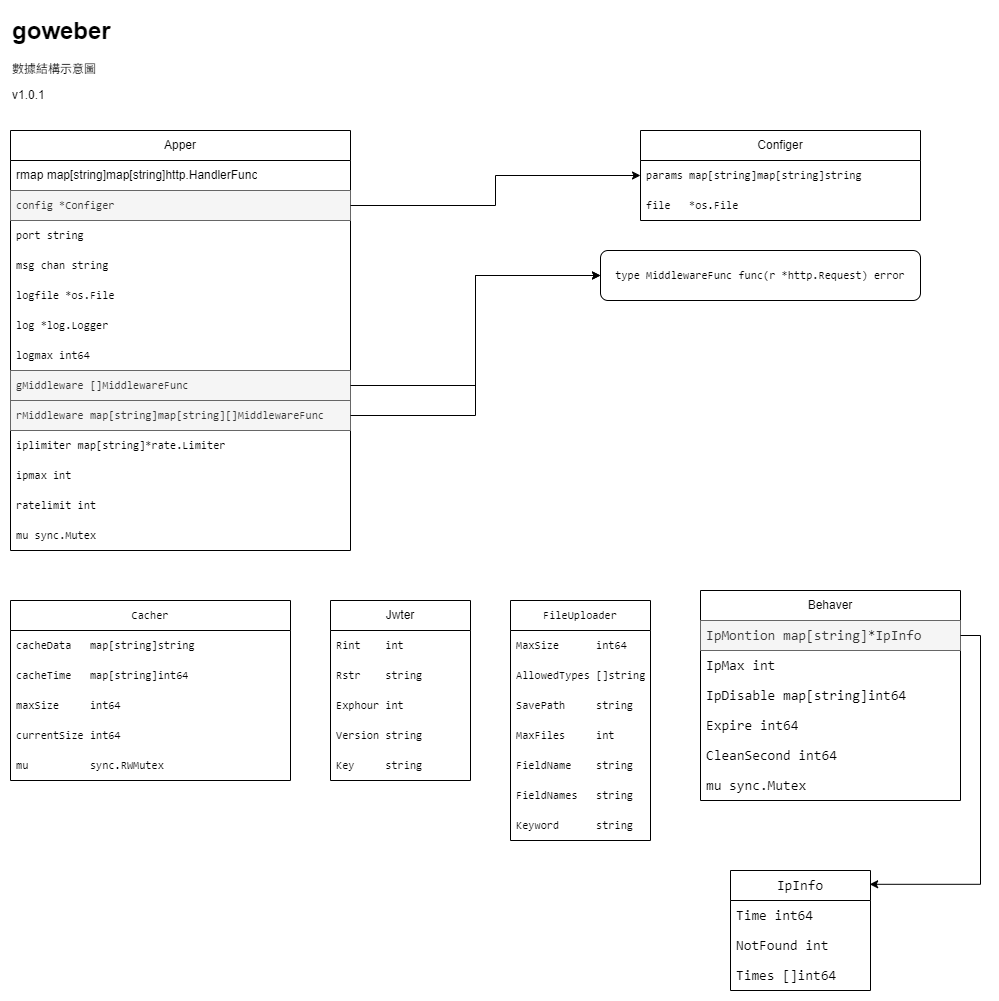
Earlier version of the draw.io export docs/structs.drawio.png (sonkwl/goweber). Source tidied: cells renumbered, new cells last; positions are measured from the earlier drawing's top-left corner, leaving out a move shared by most shapes.
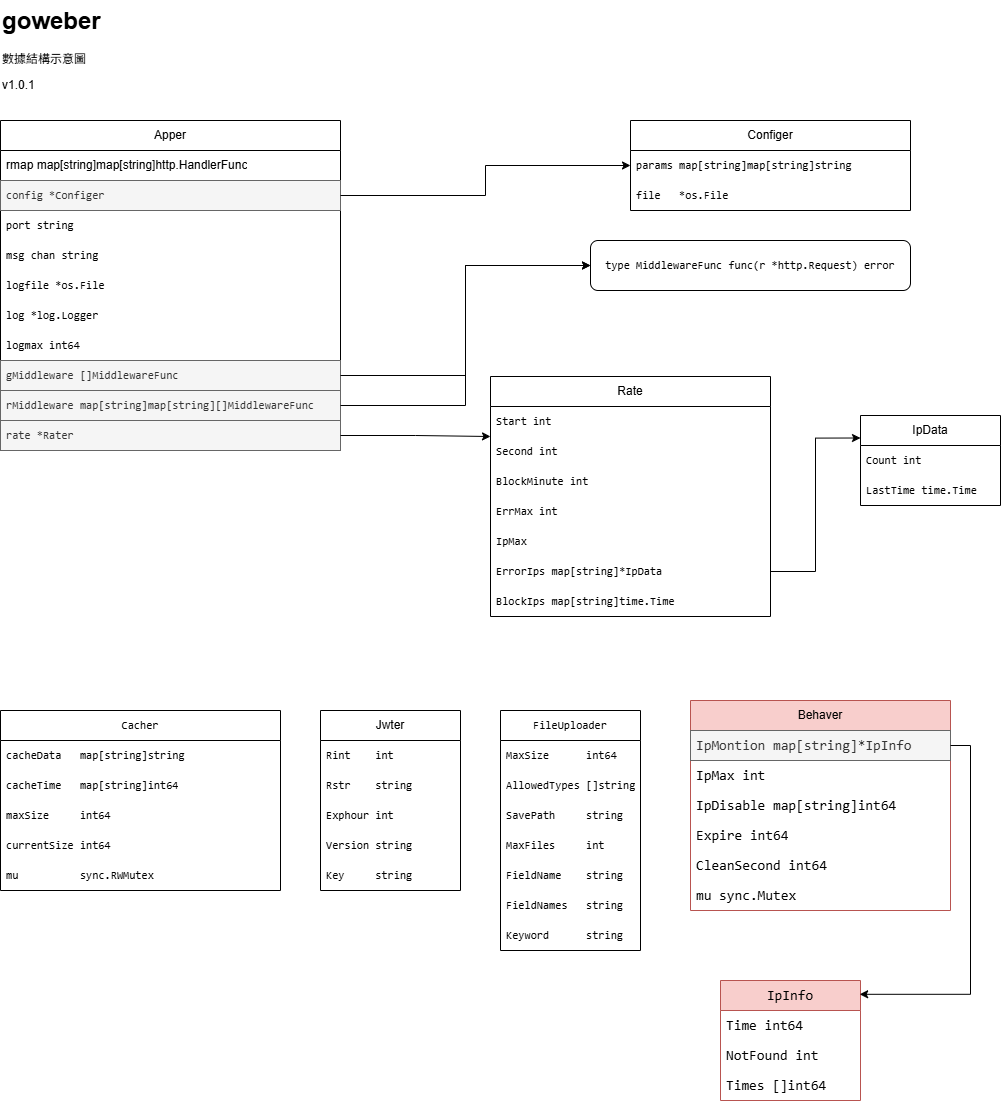
Later version of the same file.

Diff of the diagram source:
```diff
@@ -3,10 +3,10 @@
     <mxCell id="0" />
     <mxCell id="1" parent="0" />
     <mxCell id="2" value="&lt;h1 style=&quot;margin-top: 0px;&quot;&gt;goweber&lt;/h1&gt;&lt;p&gt;數據結構示意圖&lt;/p&gt;&lt;p&gt;v1.0.1&lt;/p&gt;" style="text;html=1;whiteSpace=wrap;overflow=hidden;rounded=0;" parent="1" vertex="1">
-      <mxGeometry width="180" height="120" as="geometry" />
+      <mxGeometry y="-120" width="180" height="120" as="geometry" />
     </mxCell>
     <mxCell id="3" value="Apper" style="swimlane;fontStyle=0;horizontal=1;startSize=30;whiteSpace=wrap;html=1;fontColor=default;labelBackgroundColor=none;" parent="1" vertex="1">
-      <mxGeometry y="120" width="340" height="420" as="geometry" />
+      <mxGeometry width="340" height="330" as="geometry" />
     </mxCell>
     <mxCell id="4" value="rmap map[string]map[string]http.HandlerFunc" style="text;strokeColor=none;fillColor=none;align=left;verticalAlign=middle;spacingLeft=4;spacingRight=4;overflow=hidden;whiteSpace=wrap;html=1;fontColor=default;labelBackgroundColor=none;" parent="3" vertex="1">
       <mxGeometry y="30" width="340" height="30" as="geometry" />
@@ -35,20 +35,11 @@
     <mxCell id="12" value="&lt;div style=&quot;font-family: Consolas, Consolas, &amp;quot;Courier New&amp;quot;, monospace; font-size: 11.2px; line-height: 15px; white-space: pre;&quot;&gt;rMiddleware map&lt;span style=&quot;&quot;&gt;[&lt;/span&gt;string&lt;span style=&quot;&quot;&gt;]&lt;/span&gt;map&lt;span style=&quot;&quot;&gt;[&lt;/span&gt;string&lt;span style=&quot;&quot;&gt;][]&lt;/span&gt;&lt;span style=&quot;&quot;&gt;MiddlewareFunc&lt;/span&gt;&lt;/div&gt;" style="text;strokeColor=#666666;fillColor=#f5f5f5;align=left;verticalAlign=middle;spacingLeft=4;spacingRight=4;overflow=hidden;points=[[0,0.5],[1,0.5]];portConstraint=eastwest;whiteSpace=wrap;html=1;fontColor=#333333;labelBackgroundColor=none;" parent="3" vertex="1">
       <mxGeometry y="270" width="340" height="30" as="geometry" />
     </mxCell>
-    <mxCell id="13" value="&lt;div style=&quot;font-family: Consolas, Consolas, &amp;quot;Courier New&amp;quot;, monospace; font-size: 11.2px; line-height: 15px; white-space: pre;&quot;&gt;iplimiter map&lt;span style=&quot;&quot;&gt;[&lt;/span&gt;string&lt;span style=&quot;&quot;&gt;]&lt;/span&gt;*&lt;span style=&quot;&quot;&gt;rate&lt;/span&gt;&lt;span style=&quot;&quot;&gt;.&lt;/span&gt;&lt;span style=&quot;&quot;&gt;Limiter&lt;/span&gt;&lt;/div&gt;" style="text;strokeColor=none;fillColor=none;align=left;verticalAlign=middle;spacingLeft=4;spacingRight=4;overflow=hidden;whiteSpace=wrap;html=1;fontColor=default;labelBackgroundColor=none;" parent="3" vertex="1">
-      <mxGeometry y="300" width="340" height="30" as="geometry" />
-    </mxCell>
-    <mxCell id="14" value="&lt;div style=&quot;font-family: Consolas, Consolas, &amp;quot;Courier New&amp;quot;, monospace; font-size: 11.2px; line-height: 15px; white-space: pre;&quot;&gt;ipmax int&lt;/div&gt;" style="text;strokeColor=none;fillColor=none;align=left;verticalAlign=middle;spacingLeft=4;spacingRight=4;overflow=hidden;whiteSpace=wrap;html=1;fontColor=default;labelBackgroundColor=none;" parent="3" vertex="1">
-      <mxGeometry y="330" width="340" height="30" as="geometry" />
-    </mxCell>
-    <mxCell id="15" value="&lt;div style=&quot;font-family: Consolas, Consolas, &amp;quot;Courier New&amp;quot;, monospace; font-size: 11.2px; line-height: 15px; white-space: pre;&quot;&gt;ratelimit int&lt;/div&gt;" style="text;strokeColor=none;fillColor=none;align=left;verticalAlign=middle;spacingLeft=4;spacingRight=4;overflow=hidden;whiteSpace=wrap;html=1;fontColor=default;labelBackgroundColor=none;" parent="3" vertex="1">
-      <mxGeometry y="360" width="340" height="30" as="geometry" />
-    </mxCell>
-    <mxCell id="16" value="&lt;div style=&quot;font-family: Consolas, Consolas, &amp;quot;Courier New&amp;quot;, monospace; font-size: 11.2px; line-height: 15px; white-space: pre;&quot;&gt;mu &lt;span style=&quot;&quot;&gt;sync&lt;/span&gt;&lt;span style=&quot;&quot;&gt;.&lt;/span&gt;&lt;span style=&quot;&quot;&gt;Mutex&lt;/span&gt;&lt;/div&gt;" style="text;strokeColor=none;fillColor=none;align=left;verticalAlign=middle;spacingLeft=4;spacingRight=4;overflow=hidden;whiteSpace=wrap;html=1;fontColor=default;labelBackgroundColor=none;" parent="3" vertex="1">
-      <mxGeometry y="390" width="340" height="30" as="geometry" />
-    </mxCell>
+    <mxCell id="56" value="&lt;div style=&quot;font-family: Consolas, Consolas, &amp;quot;Courier New&amp;quot;, monospace; font-size: 11.2px; line-height: 15px; white-space: pre;&quot;&gt;rate *Rater&lt;/div&gt;" style="text;strokeColor=#666666;fillColor=#f5f5f5;align=left;verticalAlign=middle;spacingLeft=4;spacingRight=4;overflow=hidden;points=[[0,0.5],[1,0.5]];portConstraint=eastwest;whiteSpace=wrap;html=1;fontColor=#333333;labelBackgroundColor=none;" parent="3" vertex="1">
+      <mxGeometry y="300" width="340" height="30" as="geometry" />
+    </mxCell>
     <mxCell id="17" value="Configer" style="swimlane;fontStyle=0;horizontal=1;startSize=30;whiteSpace=wrap;html=1;fontColor=default;labelBackgroundColor=none;" parent="1" vertex="1">
-      <mxGeometry x="630" y="120" width="280" height="90" as="geometry" />
+      <mxGeometry x="630" width="280" height="90" as="geometry" />
     </mxCell>
     <mxCell id="18" value="&lt;div style=&quot;font-family: Consolas, Consolas, &amp;quot;Courier New&amp;quot;, monospace; font-size: 11.2px; line-height: 15px; white-space: pre;&quot;&gt;params map&lt;span style=&quot;&quot;&gt;[&lt;/span&gt;string&lt;span style=&quot;&quot;&gt;]&lt;/span&gt;map&lt;span style=&quot;&quot;&gt;[&lt;/span&gt;string&lt;span style=&quot;&quot;&gt;]&lt;/span&gt;string&lt;/div&gt;" style="text;strokeColor=none;fillColor=none;align=left;verticalAlign=middle;spacingLeft=4;spacingRight=4;overflow=hidden;whiteSpace=wrap;html=1;fontColor=default;labelBackgroundColor=none;" parent="17" vertex="1">
       <mxGeometry y="30" width="280" height="30" as="geometry" />
@@ -60,7 +51,7 @@
       <mxGeometry relative="1" as="geometry" />
     </mxCell>
     <mxCell id="21" value="&lt;div style=&quot;font-family: Consolas, Consolas, &amp;quot;Courier New&amp;quot;, monospace; font-size: 11.2px; line-height: 15px; white-space: pre;&quot;&gt;type &lt;span style=&quot;&quot;&gt;MiddlewareFunc&lt;/span&gt; func&lt;span style=&quot;&quot;&gt;(&lt;/span&gt;r *&lt;span style=&quot;&quot;&gt;http&lt;/span&gt;&lt;span style=&quot;&quot;&gt;.&lt;/span&gt;&lt;span style=&quot;&quot;&gt;Request&lt;/span&gt;&lt;span style=&quot;&quot;&gt;)&lt;/span&gt; error&lt;/div&gt;" style="rounded=1;whiteSpace=wrap;html=1;labelBackgroundColor=default;fontColor=default;" parent="1" vertex="1">
-      <mxGeometry x="590" y="240" width="320" height="50" as="geometry" />
+      <mxGeometry x="590" y="120" width="320" height="50" as="geometry" />
     </mxCell>
     <mxCell id="22" style="edgeStyle=orthogonalEdgeStyle;rounded=0;jettySize=auto;html=1;entryX=0;entryY=0.5;entryDx=0;entryDy=0;" parent="1" edge="1" source="11" target="21">
       <mxGeometry relative="1" as="geometry" />
@@ -128,7 +119,7 @@
     <mxCell id="43" value="&lt;div style=&quot;font-family: Consolas, Consolas, &amp;quot;Courier New&amp;quot;, monospace; font-size: 11.2px; line-height: 15px; white-space: pre;&quot;&gt;Keyword &amp;nbsp; &amp;nbsp; &amp;nbsp;string&lt;/div&gt;" style="text;strokeColor=none;fillColor=none;align=left;verticalAlign=middle;spacingLeft=4;spacingRight=4;overflow=hidden;whiteSpace=wrap;html=1;labelBackgroundColor=none;fontColor=default;" parent="36" vertex="1">
       <mxGeometry y="210" width="140" height="30" as="geometry" />
     </mxCell>
-    <mxCell id="44" value="Behaver" style="swimlane;fontStyle=0;horizontal=1;startSize=30;whiteSpace=wrap;html=1;fontColor=default;labelBackgroundColor=none;" parent="1" vertex="1">
+    <mxCell id="44" value="Behaver" style="swimlane;fontStyle=0;horizontal=1;startSize=30;whiteSpace=wrap;html=1;labelBackgroundColor=none;fillColor=#f8cecc;strokeColor=#b85450;" parent="1" vertex="1">
       <mxGeometry x="690" y="580" width="260" height="210" as="geometry" />
     </mxCell>
     <mxCell id="45" value="&lt;div style=&quot;font-family: Consolas, Consolas, &amp;quot;Courier New&amp;quot;, monospace; font-size: 14px; line-height: 19px; white-space: pre;&quot;&gt;IpMontion map&lt;span style=&quot;&quot;&gt;[&lt;/span&gt;string&lt;span style=&quot;&quot;&gt;]&lt;/span&gt;*&lt;span style=&quot;&quot;&gt;IpInfo&lt;/span&gt;&lt;/div&gt;" style="text;strokeColor=#666666;fillColor=#f5f5f5;align=left;verticalAlign=middle;spacingLeft=4;spacingRight=4;overflow=hidden;points=[[0,0.5],[1,0.5]];portConstraint=eastwest;whiteSpace=wrap;html=1;fontColor=#333333;labelBackgroundColor=none;" parent="44" vertex="1">
@@ -149,7 +140,7 @@
     <mxCell id="50" value="&lt;div style=&quot;font-family: Consolas, Consolas, &amp;quot;Courier New&amp;quot;, monospace; font-size: 14px; line-height: 19px; white-space: pre;&quot;&gt;mu &lt;span style=&quot;&quot;&gt;sync&lt;/span&gt;&lt;span style=&quot;&quot;&gt;.&lt;/span&gt;&lt;span style=&quot;&quot;&gt;Mutex&lt;/span&gt;&lt;/div&gt;" style="text;strokeColor=none;fillColor=none;align=left;verticalAlign=middle;spacingLeft=4;spacingRight=4;overflow=hidden;whiteSpace=wrap;html=1;fontColor=default;labelBackgroundColor=none;" parent="44" vertex="1">
       <mxGeometry y="180" width="260" height="30" as="geometry" />
     </mxCell>
-    <mxCell id="51" value="&lt;div style=&quot;font-family: Consolas, Consolas, &amp;quot;Courier New&amp;quot;, monospace; font-size: 14px; line-height: 19px; white-space: pre;&quot;&gt;&lt;span style=&quot;&quot;&gt;IpInfo&lt;/span&gt;&lt;/div&gt;" style="swimlane;fontStyle=0;horizontal=1;startSize=30;whiteSpace=wrap;html=1;fontColor=default;labelBackgroundColor=none;" parent="1" vertex="1">
+    <mxCell id="51" value="&lt;div style=&quot;font-family: Consolas, Consolas, &amp;quot;Courier New&amp;quot;, monospace; font-size: 14px; line-height: 19px; white-space: pre;&quot;&gt;&lt;span style=&quot;&quot;&gt;IpInfo&lt;/span&gt;&lt;/div&gt;" style="swimlane;fontStyle=0;horizontal=1;startSize=30;whiteSpace=wrap;html=1;labelBackgroundColor=none;fillColor=#f8cecc;strokeColor=#b85450;" parent="1" vertex="1">
       <mxGeometry x="720" y="860" width="140" height="120" as="geometry" />
     </mxCell>
     <mxCell id="52" value="&lt;div style=&quot;font-family: Consolas, Consolas, &amp;quot;Courier New&amp;quot;, monospace; font-size: 14px; line-height: 19px; white-space: pre;&quot;&gt;Time int64&lt;/div&gt;" style="text;strokeColor=none;fillColor=none;align=left;verticalAlign=middle;spacingLeft=4;spacingRight=4;overflow=hidden;whiteSpace=wrap;html=1;fontColor=default;labelBackgroundColor=none;" parent="51" vertex="1">
@@ -164,5 +155,44 @@
     <mxCell id="55" style="edgeStyle=orthogonalEdgeStyle;rounded=0;jettySize=auto;html=1;entryX=0.994;entryY=0.115;entryDx=0;entryDy=0;entryPerimeter=0;exitX=1;exitY=0.5;exitDx=0;exitDy=0;" parent="1" edge="1" source="45" target="51">
       <mxGeometry relative="1" as="geometry" />
     </mxCell>
+    <mxCell id="57" value="Rate" style="swimlane;fontStyle=0;horizontal=1;startSize=30;whiteSpace=wrap;html=1;fontColor=default;labelBackgroundColor=none;" parent="1" vertex="1">
+      <mxGeometry x="490" y="256" width="280" height="240" as="geometry" />
+    </mxCell>
+    <mxCell id="58" value="&lt;div style=&quot;font-family: Consolas, Consolas, &amp;quot;Courier New&amp;quot;, monospace; font-size: 11.2px; line-height: 15px; white-space: pre;&quot;&gt;Start int&lt;/div&gt;" style="text;strokeColor=none;fillColor=none;align=left;verticalAlign=middle;spacingLeft=4;spacingRight=4;overflow=hidden;whiteSpace=wrap;html=1;fontColor=default;labelBackgroundColor=none;" parent="57" vertex="1">
+      <mxGeometry y="30" width="280" height="30" as="geometry" />
+    </mxCell>
+    <mxCell id="59" value="&lt;div style=&quot;font-family: Consolas, Consolas, &amp;quot;Courier New&amp;quot;, monospace; font-size: 11.2px; line-height: 15px; white-space: pre;&quot;&gt;Second int&lt;/div&gt;" style="text;strokeColor=none;fillColor=none;align=left;verticalAlign=middle;spacingLeft=4;spacingRight=4;overflow=hidden;whiteSpace=wrap;html=1;fontColor=default;labelBackgroundColor=none;" parent="57" vertex="1">
+      <mxGeometry y="60" width="280" height="30" as="geometry" />
+    </mxCell>
+    <mxCell id="60" value="&lt;div style=&quot;font-family: Consolas, Consolas, &amp;quot;Courier New&amp;quot;, monospace; font-size: 11.2px; line-height: 15px; white-space: pre;&quot;&gt;BlockMinute int&lt;/div&gt;" style="text;strokeColor=none;fillColor=none;align=left;verticalAlign=middle;spacingLeft=4;spacingRight=4;overflow=hidden;whiteSpace=wrap;html=1;fontColor=default;labelBackgroundColor=none;" parent="57" vertex="1">
+      <mxGeometry y="90" width="280" height="30" as="geometry" />
+    </mxCell>
+    <mxCell id="61" value="&lt;div style=&quot;font-family: Consolas, Consolas, &amp;quot;Courier New&amp;quot;, monospace; font-size: 11.2px; line-height: 15px; white-space: pre;&quot;&gt;ErrMax int&lt;/div&gt;" style="text;strokeColor=none;fillColor=none;align=left;verticalAlign=middle;spacingLeft=4;spacingRight=4;overflow=hidden;whiteSpace=wrap;html=1;fontColor=default;labelBackgroundColor=none;" parent="57" vertex="1">
+      <mxGeometry y="120" width="280" height="30" as="geometry" />
+    </mxCell>
+    <mxCell id="62" value="&lt;div style=&quot;font-family: Consolas, Consolas, &amp;quot;Courier New&amp;quot;, monospace; font-size: 11.2px; line-height: 15px; white-space: pre;&quot;&gt;IpMax&lt;/div&gt;" style="text;strokeColor=none;fillColor=none;align=left;verticalAlign=middle;spacingLeft=4;spacingRight=4;overflow=hidden;whiteSpace=wrap;html=1;fontColor=default;labelBackgroundColor=none;" parent="57" vertex="1">
+      <mxGeometry y="150" width="280" height="30" as="geometry" />
+    </mxCell>
+    <mxCell id="63" value="&lt;div style=&quot;font-family: Consolas, Consolas, &amp;quot;Courier New&amp;quot;, monospace; font-size: 11.2px; line-height: 15px; white-space: pre;&quot;&gt;ErrorIps map[string]*IpData&lt;/div&gt;" style="text;strokeColor=none;fillColor=none;align=left;verticalAlign=middle;spacingLeft=4;spacingRight=4;overflow=hidden;points=[[0,0.5],[1,0.5]];portConstraint=eastwest;whiteSpace=wrap;html=1;fontColor=default;labelBackgroundColor=none;" parent="57" vertex="1">
+      <mxGeometry y="180" width="280" height="30" as="geometry" />
+    </mxCell>
+    <mxCell id="64" value="&lt;div style=&quot;font-family: Consolas, Consolas, &amp;quot;Courier New&amp;quot;, monospace; font-size: 11.2px; line-height: 15px; white-space: pre;&quot;&gt;BlockIps map[string]time.Time&lt;/div&gt;" style="text;strokeColor=none;fillColor=none;align=left;verticalAlign=middle;spacingLeft=4;spacingRight=4;overflow=hidden;whiteSpace=wrap;html=1;fontColor=default;labelBackgroundColor=none;" parent="57" vertex="1">
+      <mxGeometry y="210" width="280" height="30" as="geometry" />
+    </mxCell>
+    <mxCell id="65" style="edgeStyle=orthogonalEdgeStyle;rounded=0;jettySize=auto;html=1;fontColor=default;labelBackgroundColor=none;exitX=1;exitY=0.5;exitDx=0;exitDy=0;entryX=0;entryY=0.25;entryDx=0;entryDy=0;" parent="1" edge="1" source="56" target="57">
+      <mxGeometry relative="1" as="geometry" />
+    </mxCell>
+    <mxCell id="66" value="IpData" style="swimlane;fontStyle=0;horizontal=1;startSize=30;whiteSpace=wrap;html=1;fontColor=default;labelBackgroundColor=none;" parent="1" vertex="1">
+      <mxGeometry x="860" y="295" width="140" height="90" as="geometry" />
+    </mxCell>
+    <mxCell id="67" value="&lt;div style=&quot;font-family: Consolas, Consolas, &amp;quot;Courier New&amp;quot;, monospace; font-size: 11.2px; line-height: 15px; white-space: pre;&quot;&gt;Count int&lt;/div&gt;" style="text;strokeColor=none;fillColor=none;align=left;verticalAlign=middle;spacingLeft=4;spacingRight=4;overflow=hidden;whiteSpace=wrap;html=1;fontColor=default;labelBackgroundColor=none;" parent="66" vertex="1">
+      <mxGeometry y="30" width="140" height="30" as="geometry" />
+    </mxCell>
+    <mxCell id="68" value="&lt;div style=&quot;font-family: Consolas, Consolas, &amp;quot;Courier New&amp;quot;, monospace; font-size: 11.2px; line-height: 15px; white-space: pre;&quot;&gt;LastTime time.Time&lt;/div&gt;" style="text;strokeColor=none;fillColor=none;align=left;verticalAlign=middle;spacingLeft=4;spacingRight=4;overflow=hidden;whiteSpace=wrap;html=1;fontColor=default;labelBackgroundColor=none;" parent="66" vertex="1">
+      <mxGeometry y="60" width="140" height="30" as="geometry" />
+    </mxCell>
+    <mxCell id="69" style="edgeStyle=orthogonalEdgeStyle;rounded=0;jettySize=auto;html=1;fontColor=default;labelBackgroundColor=none;entryX=0;entryY=0.25;entryDx=0;entryDy=0;" parent="1" edge="1" source="63" target="66">
+      <mxGeometry relative="1" as="geometry" />
+    </mxCell>
   </root>
 </mxGraphModel>
```
